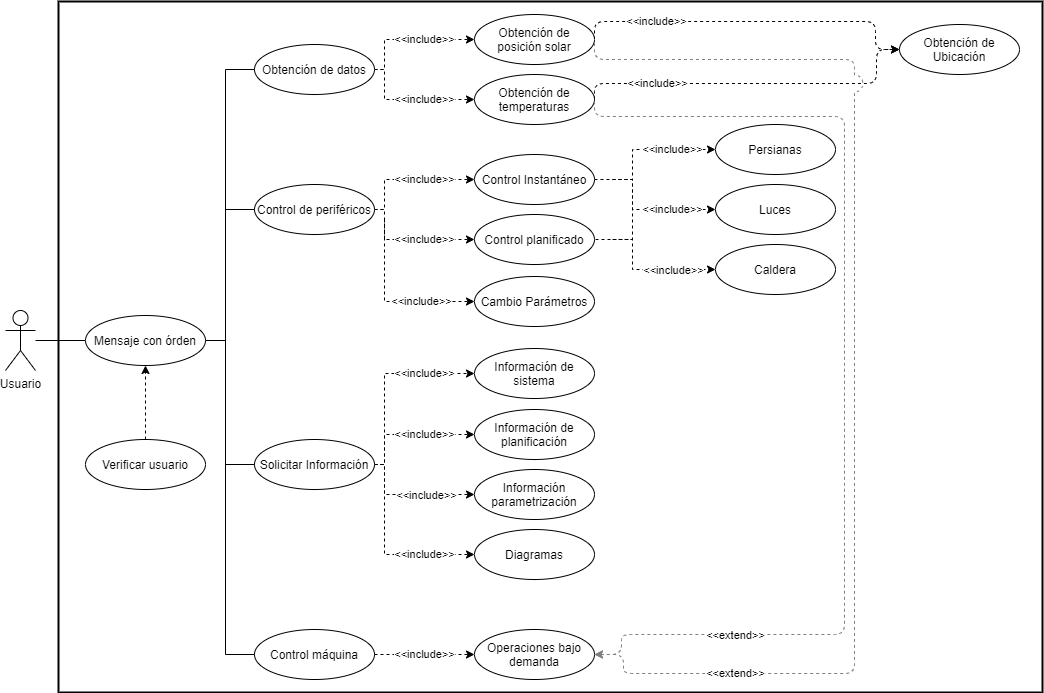
Before: doc/img/Diagramas/CasosDeUso.png, a diagram exported from draw.io (davidelinformatico/TFG). Source tidied: cells renumbered, new cells last; positions are measured from the earlier drawing's top-left corner, leaving out a move shared by most shapes.
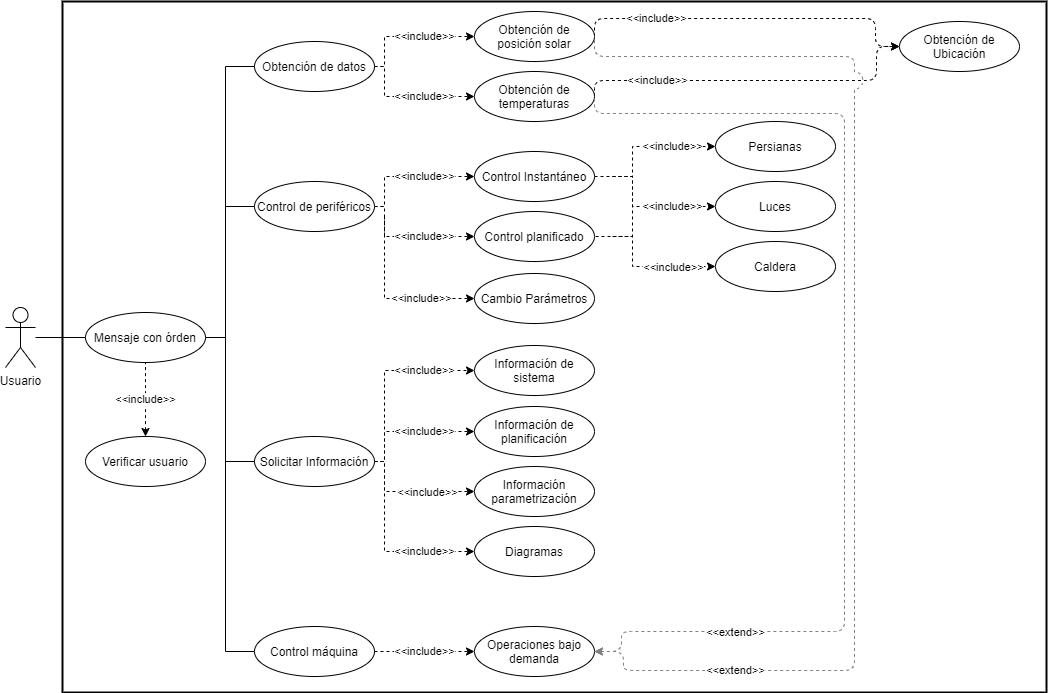
Above is the later version.

Change to the diagram source:
```diff
@@ -249,14 +249,14 @@
     <mxCell id="44" value="Mensaje con órden" style="ellipse;whiteSpace=wrap;html=1;" parent="1" vertex="1">
       <mxGeometry x="80" y="314" width="120" height="50" as="geometry" />
     </mxCell>
-    <mxCell id="45" style="edgeStyle=orthogonalEdgeStyle;rounded=0;jettySize=auto;html=1;dashed=1;" parent="1" edge="1" source="46" target="44">
+    <mxCell id="45" value="&amp;lt;&amp;lt;include&amp;gt;&amp;gt;" style="edgeStyle=orthogonalEdgeStyle;rounded=0;jettySize=auto;html=1;dashed=1;endArrow=none;endFill=0;startArrow=classic;startFill=1;" parent="1" edge="1" source="46" target="44">
       <mxGeometry relative="1" as="geometry" />
     </mxCell>
     <mxCell id="46" value="Verificar usuario" style="ellipse;whiteSpace=wrap;html=1;" parent="1" vertex="1">
       <mxGeometry x="80" y="438" width="120" height="50" as="geometry" />
     </mxCell>
     <mxCell id="47" style="rounded=0;html=1;strokeWidth=2;gradientDirection=west;fillColor=none;glass=0;labelBackgroundColor=none;labelBorderColor=none;whiteSpace=wrap;perimeterSpacing=0;" parent="1" vertex="1">
-      <mxGeometry x="53" width="984" height="691" as="geometry" />
+      <mxGeometry x="57" y="3" width="984" height="691" as="geometry" />
     </mxCell>
     <mxCell id="48" value="Obtención de Ubicación" style="ellipse;whiteSpace=wrap;html=1;" parent="1" vertex="1">
       <mxGeometry x="894" y="23" width="120" height="50" as="geometry" />
```
